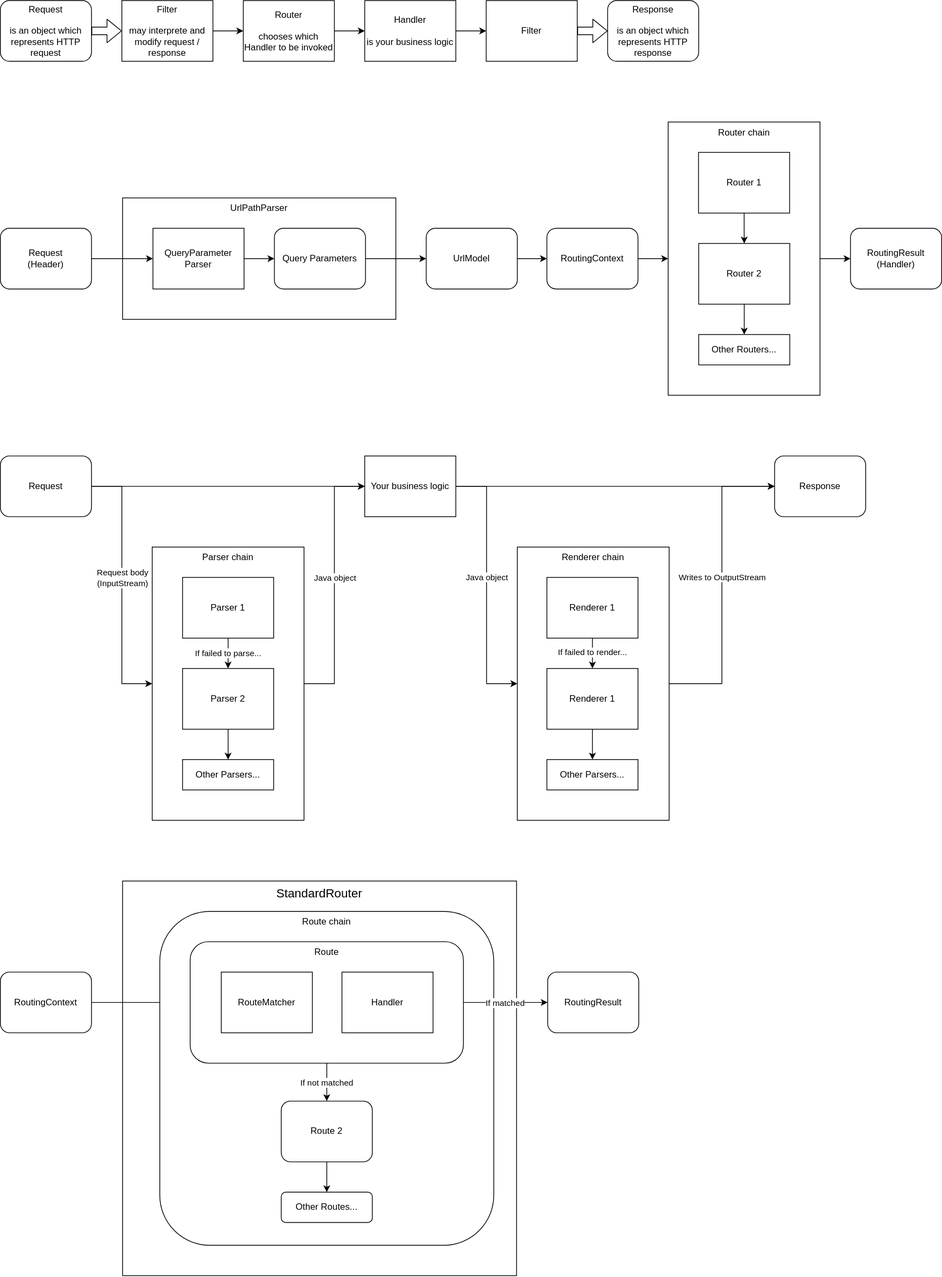
Earlier version of the draw.io export documentation/architecture.drawio.svg (minebreaker/Abukuma). Source tidied: cells renumbered, new cells last; positions are measured from the earlier drawing's top-left corner, leaving out a move shared by most shapes.
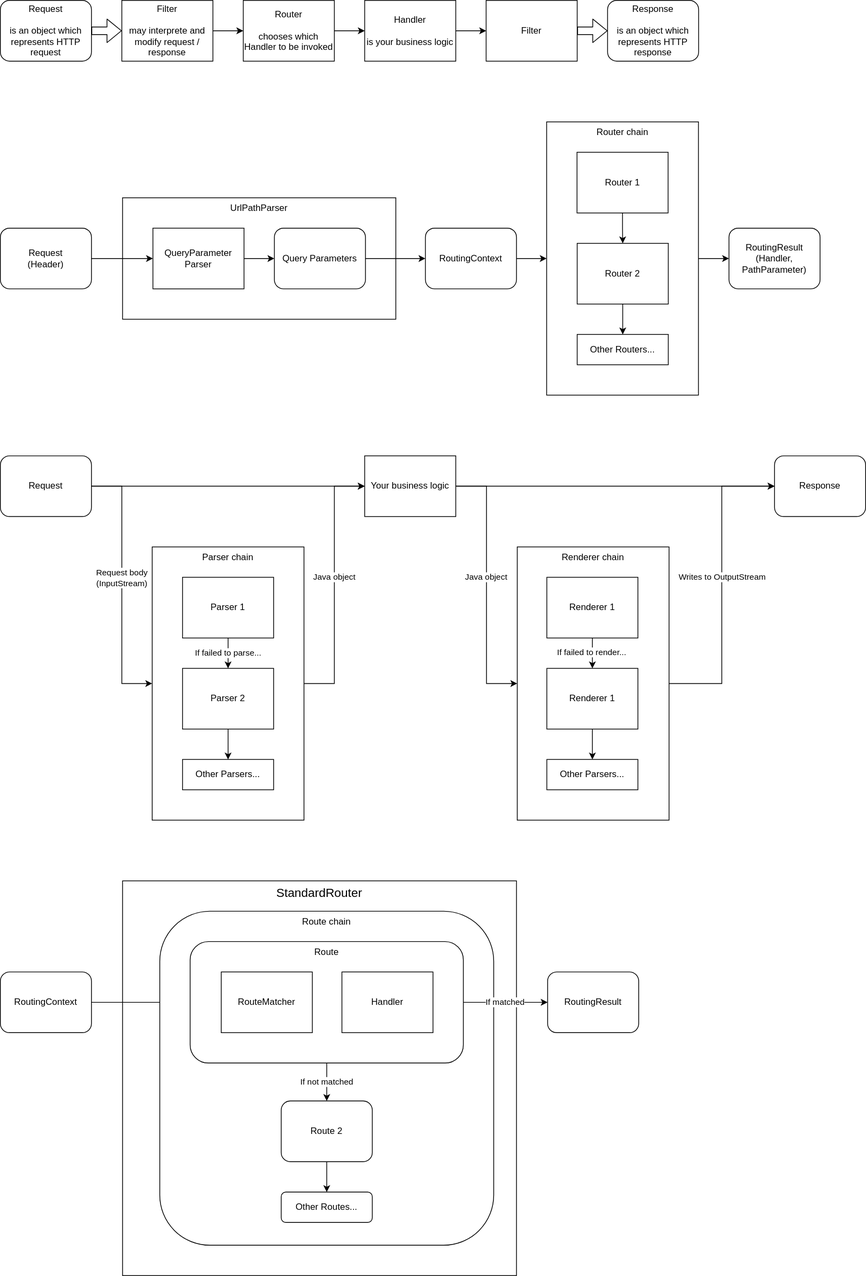
Above is the later version.

The edit, as a diff of the source:
```diff
@@ -9,7 +9,7 @@
       <mxGeometry x="161" y="1160" width="519" height="520" as="geometry" />
     </mxCell>
     <mxCell id="4" value="Router chain" style="rounded=0;whiteSpace=wrap;html=1;verticalAlign=top;" parent="1" vertex="1">
-      <mxGeometry x="879.8" y="160" width="200" height="360" as="geometry" />
+      <mxGeometry x="719.8" y="160" width="200" height="360" as="geometry" />
     </mxCell>
     <mxCell id="5" value="Request&lt;br&gt;&lt;br&gt;is an object which represents HTTP request" style="rounded=1;whiteSpace=wrap;html=1;" parent="1" vertex="1">
       <mxGeometry width="120" height="80" as="geometry" />
@@ -101,7 +101,7 @@
       <mxGeometry relative="1" as="geometry" />
     </mxCell>
     <mxCell id="32" value="RoutingContext" style="rounded=1;whiteSpace=wrap;html=1;" parent="1" vertex="1">
-      <mxGeometry x="720" y="300" width="120" height="80" as="geometry" />
+      <mxGeometry x="560" y="300" width="120" height="80" as="geometry" />
     </mxCell>
     <mxCell id="33" value="If failed to parse..." style="edgeStyle=orthogonalEdgeStyle;rounded=0;jettySize=auto;html=1;entryX=0.5;entryY=0;entryDx=0;entryDy=0;" parent="1" edge="1" source="34" target="36">
       <mxGeometry relative="1" as="geometry" />
@@ -136,8 +136,8 @@
     <mxCell id="43" value="Other Parsers..." style="rounded=0;whiteSpace=wrap;html=1;" parent="1" vertex="1">
       <mxGeometry x="720" y="1000" width="120" height="40" as="geometry" />
     </mxCell>
-    <mxCell id="44" value="RoutingResult&lt;br&gt;(Handler)" style="rounded=1;whiteSpace=wrap;html=1;" parent="1" vertex="1">
-      <mxGeometry x="1120" y="300" width="120" height="80" as="geometry" />
+    <mxCell id="44" value="RoutingResult&lt;br&gt;(Handler, PathParameter)" style="rounded=1;whiteSpace=wrap;html=1;" parent="1" vertex="1">
+      <mxGeometry x="960" y="300" width="120" height="80" as="geometry" />
     </mxCell>
     <mxCell id="45" style="edgeStyle=orthogonalEdgeStyle;rounded=0;jettySize=auto;html=1;entryX=0;entryY=0.5;entryDx=0;entryDy=0;" parent="1" edge="1" source="46" target="60">
       <mxGeometry relative="1" as="geometry" />
@@ -160,7 +160,7 @@
       <mxGeometry relative="1" as="geometry" />
     </mxCell>
     <mxCell id="51" value="Router 1" style="rounded=0;whiteSpace=wrap;html=1;" parent="1" vertex="1">
-      <mxGeometry x="919.8" y="200" width="120" height="80" as="geometry" />
+      <mxGeometry x="759.8" y="200" width="120" height="80" as="geometry" />
     </mxCell>
     <mxCell id="52" value="Route chain" style="rounded=1;whiteSpace=wrap;html=1;verticalAlign=top;" parent="1" vertex="1">
       <mxGeometry x="210" y="1200" width="440" height="440" as="geometry" />
@@ -198,10 +198,10 @@
       <mxGeometry relative="1" as="geometry" />
     </mxCell>
     <mxCell id="63" value="Router 2" style="rounded=0;whiteSpace=wrap;html=1;" parent="1" vertex="1">
-      <mxGeometry x="920" y="320" width="120" height="80" as="geometry" />
+      <mxGeometry x="760" y="320" width="120" height="80" as="geometry" />
     </mxCell>
     <mxCell id="64" value="Other Routers..." style="rounded=0;whiteSpace=wrap;html=1;" parent="1" vertex="1">
-      <mxGeometry x="920" y="440" width="120" height="40" as="geometry" />
+      <mxGeometry x="760" y="440" width="120" height="40" as="geometry" />
     </mxCell>
     <mxCell id="65" style="edgeStyle=elbowEdgeStyle;rounded=0;html=1;exitX=1;exitY=0.5;exitDx=0;exitDy=0;entryX=0;entryY=0.5;entryDx=0;entryDy=0;" parent="1" edge="1" source="66" target="68">
       <mxGeometry relative="1" as="geometry" />
@@ -209,7 +209,7 @@
     <mxCell id="66" value="QueryParameter&lt;br&gt;Parser" style="rounded=0;whiteSpace=wrap;html=1;" parent="1" vertex="1">
       <mxGeometry x="201" y="300" width="120" height="80" as="geometry" />
     </mxCell>
-    <mxCell id="67" style="edgeStyle=elbowEdgeStyle;rounded=0;html=1;exitX=1;exitY=0.5;exitDx=0;exitDy=0;entryX=0;entryY=0.5;entryDx=0;entryDy=0;" parent="1" edge="1" source="68" target="72">
+    <mxCell id="67" style="edgeStyle=elbowEdgeStyle;rounded=0;html=1;exitX=1;exitY=0.5;exitDx=0;exitDy=0;entryX=0;entryY=0.5;entryDx=0;entryDy=0;" parent="1" edge="1" source="68" target="32">
       <mxGeometry relative="1" as="geometry" />
     </mxCell>
     <mxCell id="68" value="Query Parameters" style="rounded=1;whiteSpace=wrap;html=1;" parent="1" vertex="1">
@@ -221,11 +221,5 @@
     <mxCell id="70" value="Request&lt;br&gt;(Header)" style="rounded=1;whiteSpace=wrap;html=1;" parent="1" vertex="1">
       <mxGeometry y="300" width="120" height="80" as="geometry" />
     </mxCell>
-    <mxCell id="71" style="edgeStyle=elbowEdgeStyle;rounded=0;html=1;entryX=0;entryY=0.5;entryDx=0;entryDy=0;" parent="1" edge="1" source="72" target="32">
-      <mxGeometry relative="1" as="geometry" />
-    </mxCell>
-    <mxCell id="72" value="UrlModel" style="rounded=1;whiteSpace=wrap;html=1;" parent="1" vertex="1">
-      <mxGeometry x="561" y="300" width="120" height="80" as="geometry" />
-    </mxCell>
   </root>
 </mxGraphModel>
```
